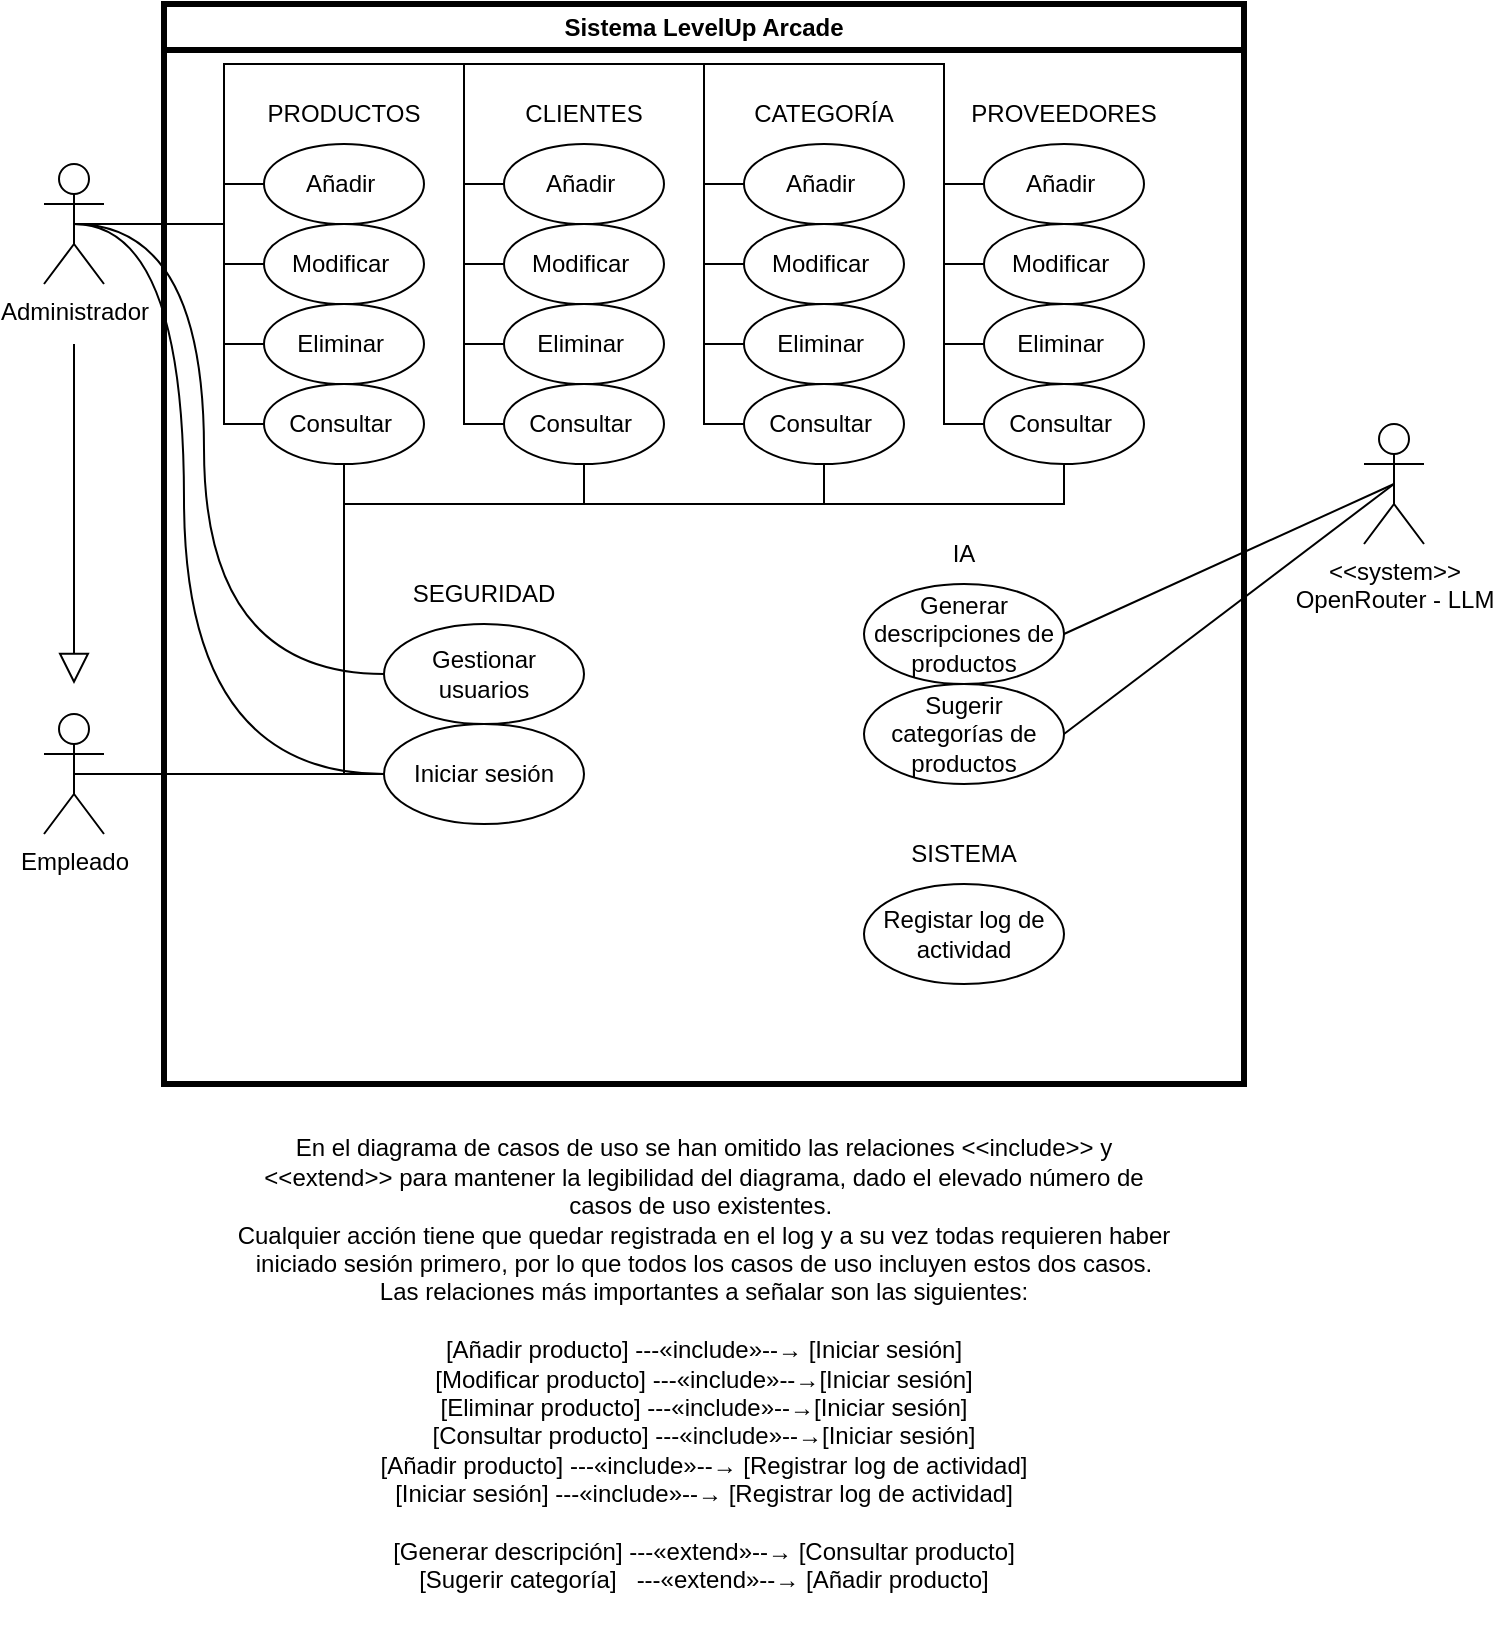
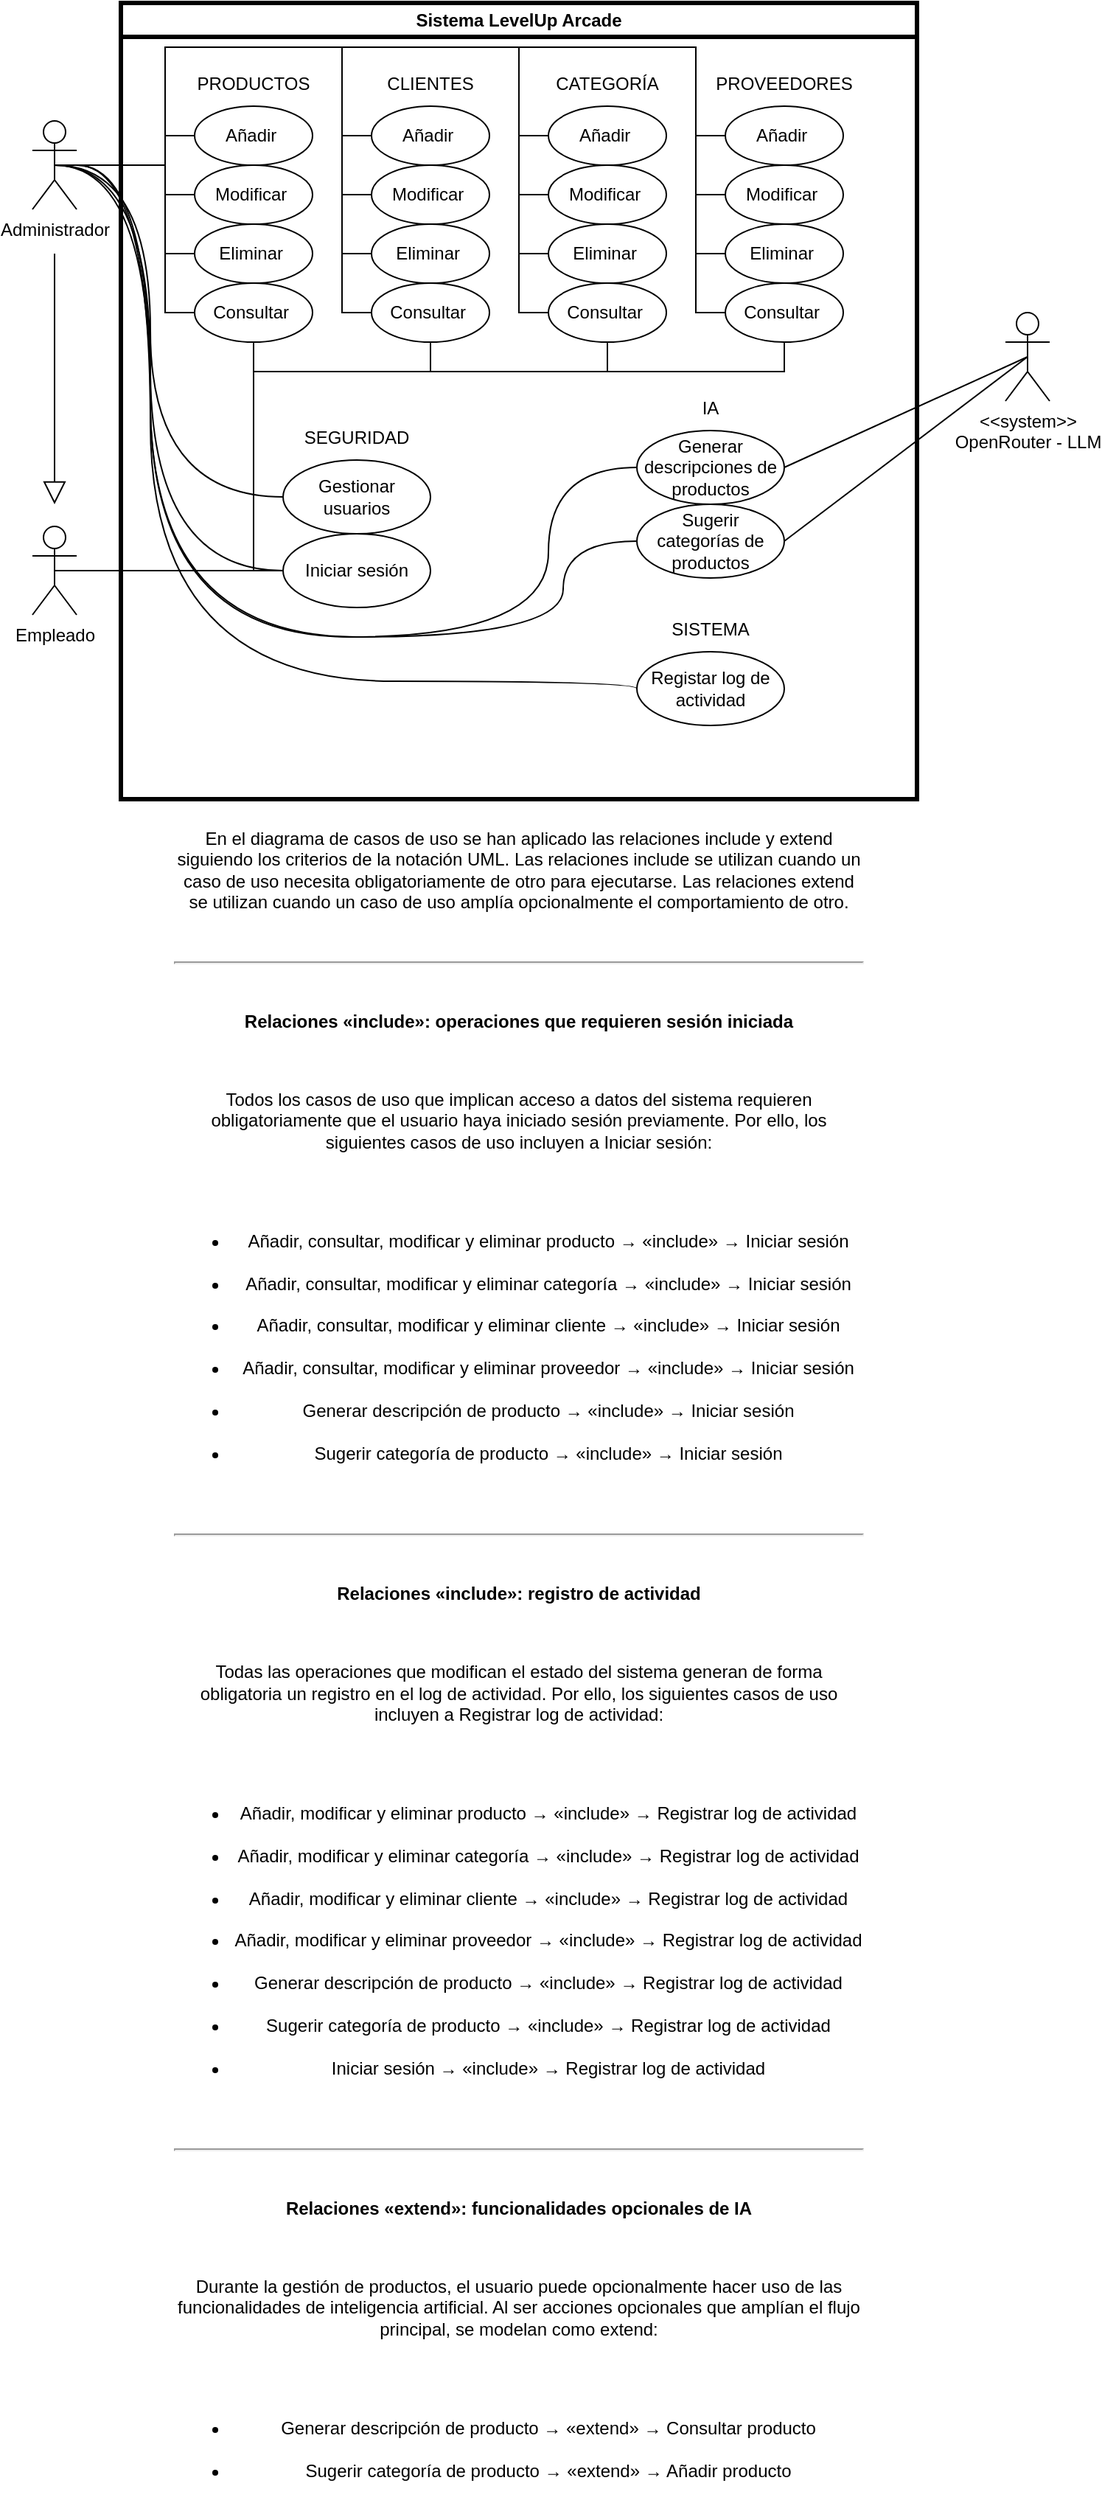
<mxfile host="Electron">
  <diagram name="Página-1" id="iqI-Fl3vhmFv8U9dUOtV">
    <mxGraphModel dx="1174" dy="835" grid="1" gridSize="10" guides="1" tooltips="1" connect="1" arrows="1" fold="1" page="1" pageScale="1" pageWidth="827" pageHeight="1169" math="0" shadow="0">
      <root>
        <mxCell id="0" />
        <mxCell id="1" parent="0" />
        <mxCell id="JjzCVKXnbZtWWzeR8GM--1" parent="1" style="swimlane;whiteSpace=wrap;html=1;strokeWidth=3;" value="Sistema LevelUp Arcade" vertex="1">
          <mxGeometry height="540" width="540" x="150" y="230" as="geometry" />
        </mxCell>
        <mxCell id="JjzCVKXnbZtWWzeR8GM--8" parent="JjzCVKXnbZtWWzeR8GM--1" style="ellipse;whiteSpace=wrap;html=1;" value="Añadir&amp;nbsp;" vertex="1">
          <mxGeometry height="40" width="80" x="50" y="70" as="geometry" />
        </mxCell>
        <mxCell id="JjzCVKXnbZtWWzeR8GM--9" parent="JjzCVKXnbZtWWzeR8GM--1" style="ellipse;whiteSpace=wrap;html=1;" value="Consultar&amp;nbsp;" vertex="1">
          <mxGeometry height="40" width="80" x="50" y="190" as="geometry" />
        </mxCell>
        <mxCell id="JjzCVKXnbZtWWzeR8GM--10" parent="JjzCVKXnbZtWWzeR8GM--1" style="ellipse;whiteSpace=wrap;html=1;" value="Modificar&amp;nbsp;" vertex="1">
          <mxGeometry height="40" width="80" x="50" y="110" as="geometry" />
        </mxCell>
        <mxCell id="JjzCVKXnbZtWWzeR8GM--11" parent="JjzCVKXnbZtWWzeR8GM--1" style="ellipse;whiteSpace=wrap;html=1;" value="Eliminar&amp;nbsp;" vertex="1">
          <mxGeometry height="40" width="80" x="50" y="150" as="geometry" />
        </mxCell>
        <mxCell id="JjzCVKXnbZtWWzeR8GM--25" parent="JjzCVKXnbZtWWzeR8GM--1" style="text;html=1;whiteSpace=wrap;strokeColor=none;fillColor=none;align=center;verticalAlign=middle;rounded=0;" value="PRODUCTOS" vertex="1">
          <mxGeometry height="30" width="60" x="60" y="40" as="geometry" />
        </mxCell>
        <mxCell id="JjzCVKXnbZtWWzeR8GM--26" parent="JjzCVKXnbZtWWzeR8GM--1" style="text;html=1;whiteSpace=wrap;strokeColor=none;fillColor=none;align=center;verticalAlign=middle;rounded=0;" value="CLIENTES" vertex="1">
          <mxGeometry height="30" width="60" x="180" y="40" as="geometry" />
        </mxCell>
        <mxCell id="JjzCVKXnbZtWWzeR8GM--27" parent="JjzCVKXnbZtWWzeR8GM--1" style="text;html=1;whiteSpace=wrap;strokeColor=none;fillColor=none;align=center;verticalAlign=middle;rounded=0;" value="CATEGORÍA" vertex="1">
          <mxGeometry height="30" width="60" x="300" y="40" as="geometry" />
        </mxCell>
        <mxCell id="JjzCVKXnbZtWWzeR8GM--28" parent="JjzCVKXnbZtWWzeR8GM--1" style="text;html=1;whiteSpace=wrap;strokeColor=none;fillColor=none;align=center;verticalAlign=middle;rounded=0;" value="PROVEEDORES" vertex="1">
          <mxGeometry height="30" width="60" x="420" y="40" as="geometry" />
        </mxCell>
        <mxCell id="JjzCVKXnbZtWWzeR8GM--30" parent="JjzCVKXnbZtWWzeR8GM--1" style="ellipse;whiteSpace=wrap;html=1;" value="Consultar&amp;nbsp;" vertex="1">
          <mxGeometry height="40" width="80" x="170" y="190" as="geometry" />
        </mxCell>
        <mxCell id="JjzCVKXnbZtWWzeR8GM--31" parent="JjzCVKXnbZtWWzeR8GM--1" style="ellipse;whiteSpace=wrap;html=1;" value="Modificar&amp;nbsp;" vertex="1">
          <mxGeometry height="40" width="80" x="170" y="110" as="geometry" />
        </mxCell>
        <mxCell id="JjzCVKXnbZtWWzeR8GM--32" parent="JjzCVKXnbZtWWzeR8GM--1" style="ellipse;whiteSpace=wrap;html=1;" value="Eliminar&amp;nbsp;" vertex="1">
          <mxGeometry height="40" width="80" x="170" y="150" as="geometry" />
        </mxCell>
        <mxCell id="JjzCVKXnbZtWWzeR8GM--33" parent="JjzCVKXnbZtWWzeR8GM--1" style="ellipse;whiteSpace=wrap;html=1;" value="Añadir&amp;nbsp;" vertex="1">
          <mxGeometry height="40" width="80" x="290" y="70" as="geometry" />
        </mxCell>
        <mxCell id="JjzCVKXnbZtWWzeR8GM--34" parent="JjzCVKXnbZtWWzeR8GM--1" style="ellipse;whiteSpace=wrap;html=1;" value="Consultar&amp;nbsp;" vertex="1">
          <mxGeometry height="40" width="80" x="290" y="190" as="geometry" />
        </mxCell>
        <mxCell id="JjzCVKXnbZtWWzeR8GM--35" parent="JjzCVKXnbZtWWzeR8GM--1" style="ellipse;whiteSpace=wrap;html=1;" value="Modificar&amp;nbsp;" vertex="1">
          <mxGeometry height="40" width="80" x="290" y="110" as="geometry" />
        </mxCell>
        <mxCell id="JjzCVKXnbZtWWzeR8GM--36" parent="JjzCVKXnbZtWWzeR8GM--1" style="ellipse;whiteSpace=wrap;html=1;" value="Eliminar&amp;nbsp;" vertex="1">
          <mxGeometry height="40" width="80" x="290" y="150" as="geometry" />
        </mxCell>
        <mxCell id="JjzCVKXnbZtWWzeR8GM--37" parent="JjzCVKXnbZtWWzeR8GM--1" style="ellipse;whiteSpace=wrap;html=1;" value="Añadir&amp;nbsp;" vertex="1">
          <mxGeometry height="40" width="80" x="410" y="70" as="geometry" />
        </mxCell>
        <mxCell id="JjzCVKXnbZtWWzeR8GM--38" parent="JjzCVKXnbZtWWzeR8GM--1" style="ellipse;whiteSpace=wrap;html=1;" value="Consultar&amp;nbsp;" vertex="1">
          <mxGeometry height="40" width="80" x="410" y="190" as="geometry" />
        </mxCell>
        <mxCell id="JjzCVKXnbZtWWzeR8GM--39" parent="JjzCVKXnbZtWWzeR8GM--1" style="ellipse;whiteSpace=wrap;html=1;" value="Modificar&amp;nbsp;" vertex="1">
          <mxGeometry height="40" width="80" x="410" y="110" as="geometry" />
        </mxCell>
        <mxCell id="JjzCVKXnbZtWWzeR8GM--40" parent="JjzCVKXnbZtWWzeR8GM--1" style="ellipse;whiteSpace=wrap;html=1;" value="Eliminar&amp;nbsp;" vertex="1">
          <mxGeometry height="40" width="80" x="410" y="150" as="geometry" />
        </mxCell>
        <mxCell id="JjzCVKXnbZtWWzeR8GM--42" parent="JjzCVKXnbZtWWzeR8GM--1" style="ellipse;whiteSpace=wrap;html=1;" value="Iniciar sesión" vertex="1">
          <mxGeometry height="50" width="100" x="110" y="360" as="geometry" />
        </mxCell>
        <mxCell id="JjzCVKXnbZtWWzeR8GM--43" parent="JjzCVKXnbZtWWzeR8GM--1" style="ellipse;whiteSpace=wrap;html=1;" value="Generar descripciones de productos" vertex="1">
          <mxGeometry height="50" width="100" x="350" y="290" as="geometry" />
        </mxCell>
        <mxCell id="JjzCVKXnbZtWWzeR8GM--44" parent="JjzCVKXnbZtWWzeR8GM--1" style="ellipse;whiteSpace=wrap;html=1;" value="Sugerir categorías de productos" vertex="1">
          <mxGeometry height="50" width="100" x="350" y="340" as="geometry" />
        </mxCell>
        <mxCell id="JjzCVKXnbZtWWzeR8GM--45" parent="JjzCVKXnbZtWWzeR8GM--1" style="text;html=1;whiteSpace=wrap;strokeColor=none;fillColor=none;align=center;verticalAlign=middle;rounded=0;" value="SISTEMA" vertex="1">
          <mxGeometry height="30" width="60" x="370" y="410" as="geometry" />
        </mxCell>
        <mxCell id="JjzCVKXnbZtWWzeR8GM--46" parent="JjzCVKXnbZtWWzeR8GM--1" style="text;html=1;whiteSpace=wrap;strokeColor=none;fillColor=none;align=center;verticalAlign=middle;rounded=0;" value="SEGURIDAD" vertex="1">
          <mxGeometry height="30" width="60" x="130" y="280" as="geometry" />
        </mxCell>
        <mxCell id="JjzCVKXnbZtWWzeR8GM--47" parent="JjzCVKXnbZtWWzeR8GM--1" style="text;html=1;whiteSpace=wrap;strokeColor=none;fillColor=none;align=center;verticalAlign=middle;rounded=0;" value="IA" vertex="1">
          <mxGeometry height="30" width="60" x="370" y="260" as="geometry" />
        </mxCell>
        <mxCell id="JjzCVKXnbZtWWzeR8GM--41" parent="JjzCVKXnbZtWWzeR8GM--1" style="ellipse;whiteSpace=wrap;html=1;" value="Registar log de actividad" vertex="1">
          <mxGeometry height="50" width="100" x="350" y="440" as="geometry" />
        </mxCell>
        <mxCell id="JjzCVKXnbZtWWzeR8GM--56" parent="JjzCVKXnbZtWWzeR8GM--1" style="ellipse;whiteSpace=wrap;html=1;" value="Gestionar usuarios" vertex="1">
          <mxGeometry height="50" width="100" x="110" y="310" as="geometry" />
        </mxCell>
        <mxCell id="JjzCVKXnbZtWWzeR8GM--78" edge="1" parent="JjzCVKXnbZtWWzeR8GM--1" source="JjzCVKXnbZtWWzeR8GM--3" style="endArrow=none;html=1;rounded=0;edgeStyle=orthogonalEdgeStyle;exitX=0.5;exitY=0.5;exitDx=0;exitDy=0;exitPerimeter=0;" value="">
          <mxGeometry height="50" relative="1" width="50" as="geometry">
            <Array as="points">
              <mxPoint x="30" y="110" />
              <mxPoint x="30" y="30" />
              <mxPoint x="270" y="30" />
              <mxPoint x="270" y="90" />
            </Array>
            <mxPoint x="-30" y="110" as="sourcePoint" />
            <mxPoint x="290" y="90" as="targetPoint" />
          </mxGeometry>
        </mxCell>
        <mxCell id="JjzCVKXnbZtWWzeR8GM--81" edge="1" parent="JjzCVKXnbZtWWzeR8GM--1" style="endArrow=none;html=1;rounded=0;edgeStyle=orthogonalEdgeStyle;" target="JjzCVKXnbZtWWzeR8GM--37" value="">
          <mxGeometry height="50" relative="1" width="50" as="geometry">
            <Array as="points">
              <mxPoint x="30" y="110" />
              <mxPoint x="30" y="30" />
              <mxPoint x="390" y="30" />
              <mxPoint x="390" y="90" />
            </Array>
            <mxPoint x="-40" y="110" as="sourcePoint" />
            <mxPoint x="290" y="210" as="targetPoint" />
          </mxGeometry>
        </mxCell>
        <mxCell id="JjzCVKXnbZtWWzeR8GM--83" edge="1" parent="JjzCVKXnbZtWWzeR8GM--1" style="endArrow=none;html=1;rounded=0;edgeStyle=orthogonalEdgeStyle;" target="JjzCVKXnbZtWWzeR8GM--40" value="">
          <mxGeometry height="50" relative="1" width="50" as="geometry">
            <Array as="points">
              <mxPoint x="30" y="110" />
              <mxPoint x="30" y="30" />
              <mxPoint x="390" y="30" />
              <mxPoint x="390" y="170" />
            </Array>
            <mxPoint x="-40" y="110" as="sourcePoint" />
            <mxPoint x="410" y="130" as="targetPoint" />
          </mxGeometry>
        </mxCell>
        <mxCell id="JjzCVKXnbZtWWzeR8GM--3" parent="1" style="shape=umlActor;verticalLabelPosition=bottom;verticalAlign=top;html=1;outlineConnect=0;" value="Administrador" vertex="1">
          <mxGeometry height="60" width="30" x="90" y="310" as="geometry" />
        </mxCell>
        <mxCell id="JjzCVKXnbZtWWzeR8GM--5" parent="1" style="shape=umlActor;verticalLabelPosition=bottom;verticalAlign=top;html=1;outlineConnect=0;" value="&amp;lt;&amp;lt;system&amp;gt;&amp;gt;&lt;div&gt;OpenRouter - LLM&lt;/div&gt;" vertex="1">
          <mxGeometry height="60" width="30" x="750" y="440" as="geometry" />
        </mxCell>
        <mxCell id="JjzCVKXnbZtWWzeR8GM--50" parent="1" style="shape=umlActor;verticalLabelPosition=bottom;verticalAlign=top;html=1;outlineConnect=0;" value="Empleado" vertex="1">
          <mxGeometry height="60" width="30" x="90" y="585" as="geometry" />
        </mxCell>
        <mxCell id="JjzCVKXnbZtWWzeR8GM--54" edge="1" parent="1" style="rounded=0;orthogonalLoop=1;jettySize=auto;html=1;endArrow=block;endFill=0;endSize=13;" value="">
          <mxGeometry relative="1" as="geometry">
            <mxPoint x="105" y="400" as="sourcePoint" />
            <mxPoint x="105" y="570" as="targetPoint" />
          </mxGeometry>
        </mxCell>
        <mxCell id="JjzCVKXnbZtWWzeR8GM--58" edge="1" parent="1" source="JjzCVKXnbZtWWzeR8GM--34" style="endArrow=none;html=1;rounded=0;entryX=0.5;entryY=0.5;entryDx=0;entryDy=0;entryPerimeter=0;edgeStyle=orthogonalEdgeStyle;" target="JjzCVKXnbZtWWzeR8GM--50" value="">
          <mxGeometry height="50" relative="1" width="50" as="geometry">
            <Array as="points">
              <mxPoint x="480" y="480" />
              <mxPoint x="240" y="480" />
              <mxPoint x="240" y="615" />
            </Array>
            <mxPoint x="390" y="560" as="sourcePoint" />
            <mxPoint x="440" y="510" as="targetPoint" />
          </mxGeometry>
        </mxCell>
        <mxCell id="JjzCVKXnbZtWWzeR8GM--59" edge="1" parent="1" source="JjzCVKXnbZtWWzeR8GM--9" style="endArrow=none;html=1;rounded=0;entryX=0.5;entryY=0.5;entryDx=0;entryDy=0;entryPerimeter=0;edgeStyle=orthogonalEdgeStyle;" target="JjzCVKXnbZtWWzeR8GM--50" value="">
          <mxGeometry height="50" relative="1" width="50" as="geometry">
            <Array as="points">
              <mxPoint x="240" y="615" />
            </Array>
            <mxPoint x="175" y="840" as="sourcePoint" />
            <mxPoint x="80" y="1135" as="targetPoint" />
          </mxGeometry>
        </mxCell>
        <mxCell id="JjzCVKXnbZtWWzeR8GM--60" edge="1" parent="1" source="JjzCVKXnbZtWWzeR8GM--30" style="endArrow=none;html=1;rounded=0;edgeStyle=orthogonalEdgeStyle;entryX=0.5;entryY=0.5;entryDx=0;entryDy=0;entryPerimeter=0;" target="JjzCVKXnbZtWWzeR8GM--50" value="">
          <mxGeometry height="50" relative="1" width="50" as="geometry">
            <Array as="points">
              <mxPoint x="360" y="480" />
              <mxPoint x="240" y="480" />
              <mxPoint x="240" y="615" />
            </Array>
            <mxPoint x="320" y="330" as="sourcePoint" />
            <mxPoint x="105" y="595" as="targetPoint" />
          </mxGeometry>
        </mxCell>
        <mxCell id="JjzCVKXnbZtWWzeR8GM--62" edge="1" parent="1" source="JjzCVKXnbZtWWzeR8GM--43" style="endArrow=none;html=1;rounded=0;entryX=0.5;entryY=0.5;entryDx=0;entryDy=0;entryPerimeter=0;exitX=1;exitY=0.5;exitDx=0;exitDy=0;" target="JjzCVKXnbZtWWzeR8GM--5" value="">
          <mxGeometry height="50" relative="1" width="50" as="geometry">
            <mxPoint x="390" y="530" as="sourcePoint" />
            <mxPoint x="440" y="480" as="targetPoint" />
          </mxGeometry>
        </mxCell>
        <mxCell id="JjzCVKXnbZtWWzeR8GM--63" edge="1" parent="1" source="JjzCVKXnbZtWWzeR8GM--44" style="endArrow=none;html=1;rounded=0;entryX=0.5;entryY=0.5;entryDx=0;entryDy=0;entryPerimeter=0;exitX=1;exitY=0.5;exitDx=0;exitDy=0;" target="JjzCVKXnbZtWWzeR8GM--5" value="">
          <mxGeometry height="50" relative="1" width="50" as="geometry">
            <mxPoint x="640" y="747" as="sourcePoint" />
            <mxPoint x="821" y="650" as="targetPoint" />
          </mxGeometry>
        </mxCell>
        <mxCell id="JjzCVKXnbZtWWzeR8GM--64" edge="1" parent="1" source="JjzCVKXnbZtWWzeR8GM--50" style="endArrow=none;html=1;rounded=0;edgeStyle=orthogonalEdgeStyle;" target="JjzCVKXnbZtWWzeR8GM--38" value="">
          <mxGeometry height="50" relative="1" width="50" as="geometry">
            <Array as="points">
              <mxPoint x="240" y="615" />
              <mxPoint x="240" y="480" />
              <mxPoint x="600" y="480" />
            </Array>
            <mxPoint x="110" y="610" as="sourcePoint" />
            <mxPoint x="280" y="1125" as="targetPoint" />
          </mxGeometry>
        </mxCell>
        <mxCell id="JjzCVKXnbZtWWzeR8GM--65" edge="1" parent="1" source="JjzCVKXnbZtWWzeR8GM--3" style="endArrow=none;html=1;rounded=0;edgeStyle=orthogonalEdgeStyle;" target="JjzCVKXnbZtWWzeR8GM--8" value="">
          <mxGeometry height="50" relative="1" width="50" as="geometry">
            <Array as="points">
              <mxPoint x="180" y="340" />
              <mxPoint x="180" y="320" />
            </Array>
            <mxPoint x="410" y="915" as="sourcePoint" />
            <mxPoint x="860" y="640" as="targetPoint" />
          </mxGeometry>
        </mxCell>
        <mxCell id="JjzCVKXnbZtWWzeR8GM--66" edge="1" parent="1" source="JjzCVKXnbZtWWzeR8GM--50" style="endArrow=none;html=1;rounded=0;exitX=0.5;exitY=0.5;exitDx=0;exitDy=0;exitPerimeter=0;entryX=0;entryY=0.5;entryDx=0;entryDy=0;" target="JjzCVKXnbZtWWzeR8GM--42" value="">
          <mxGeometry height="50" relative="1" width="50" as="geometry">
            <mxPoint x="190" y="660" as="sourcePoint" />
            <mxPoint x="272" y="672" as="targetPoint" />
          </mxGeometry>
        </mxCell>
        <mxCell id="JjzCVKXnbZtWWzeR8GM--67" edge="1" parent="1" source="JjzCVKXnbZtWWzeR8GM--3" style="endArrow=none;html=1;rounded=0;exitX=0.5;exitY=0.5;exitDx=0;exitDy=0;exitPerimeter=0;edgeStyle=orthogonalEdgeStyle;" target="JjzCVKXnbZtWWzeR8GM--10" value="">
          <mxGeometry height="50" relative="1" width="50" as="geometry">
            <Array as="points">
              <mxPoint x="180" y="340" />
              <mxPoint x="180" y="360" />
            </Array>
            <mxPoint x="430" y="540" as="sourcePoint" />
            <mxPoint x="512" y="552" as="targetPoint" />
          </mxGeometry>
        </mxCell>
        <mxCell id="JjzCVKXnbZtWWzeR8GM--29" parent="1" style="ellipse;whiteSpace=wrap;html=1;" value="Añadir&amp;nbsp;" vertex="1">
          <mxGeometry height="40" width="80" x="320" y="300" as="geometry" />
        </mxCell>
        <mxCell id="JjzCVKXnbZtWWzeR8GM--69" edge="1" parent="1" source="JjzCVKXnbZtWWzeR8GM--3" style="endArrow=none;html=1;rounded=0;exitX=0.5;exitY=0.5;exitDx=0;exitDy=0;exitPerimeter=0;edgeStyle=orthogonalEdgeStyle;" target="JjzCVKXnbZtWWzeR8GM--11" value="">
          <mxGeometry height="50" relative="1" width="50" as="geometry">
            <Array as="points">
              <mxPoint x="180" y="340" />
              <mxPoint x="180" y="400" />
            </Array>
            <mxPoint x="180" y="400" as="sourcePoint" />
            <mxPoint x="275" y="420" as="targetPoint" />
          </mxGeometry>
        </mxCell>
        <mxCell id="JjzCVKXnbZtWWzeR8GM--70" edge="1" parent="1" source="JjzCVKXnbZtWWzeR8GM--3" style="endArrow=none;html=1;rounded=0;exitX=0.5;exitY=0.5;exitDx=0;exitDy=0;exitPerimeter=0;edgeStyle=orthogonalEdgeStyle;" target="JjzCVKXnbZtWWzeR8GM--9" value="">
          <mxGeometry height="50" relative="1" width="50" as="geometry">
            <Array as="points">
              <mxPoint x="180" y="340" />
              <mxPoint x="180" y="440" />
            </Array>
            <mxPoint x="170" y="420" as="sourcePoint" />
            <mxPoint x="265" y="480" as="targetPoint" />
          </mxGeometry>
        </mxCell>
        <mxCell id="JjzCVKXnbZtWWzeR8GM--71" edge="1" parent="1" source="JjzCVKXnbZtWWzeR8GM--3" style="endArrow=none;html=1;rounded=0;edgeStyle=orthogonalEdgeStyle;" target="JjzCVKXnbZtWWzeR8GM--29" value="">
          <mxGeometry height="50" relative="1" width="50" as="geometry">
            <Array as="points">
              <mxPoint x="180" y="340" />
              <mxPoint x="180" y="260" />
              <mxPoint x="300" y="260" />
              <mxPoint x="300" y="320" />
            </Array>
            <mxPoint x="300" y="270" as="sourcePoint" />
            <mxPoint x="395" y="370" as="targetPoint" />
          </mxGeometry>
        </mxCell>
        <mxCell id="JjzCVKXnbZtWWzeR8GM--72" edge="1" parent="1" source="JjzCVKXnbZtWWzeR8GM--3" style="endArrow=none;html=1;rounded=0;edgeStyle=orthogonalEdgeStyle;exitX=0.5;exitY=0.5;exitDx=0;exitDy=0;exitPerimeter=0;" target="JjzCVKXnbZtWWzeR8GM--31" value="">
          <mxGeometry height="50" relative="1" width="50" as="geometry">
            <Array as="points">
              <mxPoint x="180" y="340" />
              <mxPoint x="180" y="260" />
              <mxPoint x="300" y="260" />
              <mxPoint x="300" y="360" />
            </Array>
            <mxPoint x="300" y="390" as="sourcePoint" />
            <mxPoint x="515" y="400" as="targetPoint" />
          </mxGeometry>
        </mxCell>
        <mxCell id="JjzCVKXnbZtWWzeR8GM--74" edge="1" parent="1" style="endArrow=none;html=1;rounded=0;edgeStyle=orthogonalEdgeStyle;exitX=0.5;exitY=0.5;exitDx=0;exitDy=0;exitPerimeter=0;" target="JjzCVKXnbZtWWzeR8GM--30" value="">
          <mxGeometry height="50" relative="1" width="50" as="geometry">
            <Array as="points">
              <mxPoint x="180" y="340" />
              <mxPoint x="180" y="260" />
              <mxPoint x="300" y="260" />
              <mxPoint x="300" y="440" />
            </Array>
            <mxPoint x="105" y="340" as="sourcePoint" />
            <mxPoint x="320" y="360" as="targetPoint" />
          </mxGeometry>
        </mxCell>
        <mxCell id="JjzCVKXnbZtWWzeR8GM--76" edge="1" parent="1" style="endArrow=none;html=1;rounded=0;edgeStyle=orthogonalEdgeStyle;exitX=0.5;exitY=0.5;exitDx=0;exitDy=0;exitPerimeter=0;" target="JjzCVKXnbZtWWzeR8GM--32" value="">
          <mxGeometry height="50" relative="1" width="50" as="geometry">
            <Array as="points">
              <mxPoint x="180" y="340" />
              <mxPoint x="180" y="260" />
              <mxPoint x="300" y="260" />
              <mxPoint x="300" y="400" />
            </Array>
            <mxPoint x="105" y="340" as="sourcePoint" />
            <mxPoint x="320" y="440" as="targetPoint" />
          </mxGeometry>
        </mxCell>
        <mxCell id="JjzCVKXnbZtWWzeR8GM--77" edge="1" parent="1" source="JjzCVKXnbZtWWzeR8GM--3" style="endArrow=none;html=1;rounded=0;edgeStyle=orthogonalEdgeStyle;" target="JjzCVKXnbZtWWzeR8GM--35" value="">
          <mxGeometry height="50" relative="1" width="50" as="geometry">
            <Array as="points">
              <mxPoint x="180" y="340" />
              <mxPoint x="180" y="260" />
              <mxPoint x="420" y="260" />
              <mxPoint x="420" y="360" />
            </Array>
            <mxPoint x="280" y="470" as="sourcePoint" />
            <mxPoint x="480" y="360" as="targetPoint" />
          </mxGeometry>
        </mxCell>
        <mxCell id="JjzCVKXnbZtWWzeR8GM--79" edge="1" parent="1" style="endArrow=none;html=1;rounded=0;edgeStyle=orthogonalEdgeStyle;" target="JjzCVKXnbZtWWzeR8GM--36" value="">
          <mxGeometry height="50" relative="1" width="50" as="geometry">
            <Array as="points">
              <mxPoint x="180" y="340" />
              <mxPoint x="180" y="260" />
              <mxPoint x="420" y="260" />
              <mxPoint x="420" y="400" />
            </Array>
            <mxPoint x="110" y="340" as="sourcePoint" />
            <mxPoint x="430" y="360" as="targetPoint" />
          </mxGeometry>
        </mxCell>
        <mxCell id="JjzCVKXnbZtWWzeR8GM--80" edge="1" parent="1" style="endArrow=none;html=1;rounded=0;edgeStyle=orthogonalEdgeStyle;" target="JjzCVKXnbZtWWzeR8GM--34" value="">
          <mxGeometry height="50" relative="1" width="50" as="geometry">
            <Array as="points">
              <mxPoint x="180" y="340" />
              <mxPoint x="180" y="260" />
              <mxPoint x="420" y="260" />
              <mxPoint x="420" y="440" />
            </Array>
            <mxPoint x="110" y="340" as="sourcePoint" />
            <mxPoint x="440" y="400" as="targetPoint" />
          </mxGeometry>
        </mxCell>
        <mxCell id="JjzCVKXnbZtWWzeR8GM--82" edge="1" parent="1" style="endArrow=none;html=1;rounded=0;edgeStyle=orthogonalEdgeStyle;" target="JjzCVKXnbZtWWzeR8GM--39" value="">
          <mxGeometry height="50" relative="1" width="50" as="geometry">
            <Array as="points">
              <mxPoint x="180" y="340" />
              <mxPoint x="180" y="260" />
              <mxPoint x="540" y="260" />
              <mxPoint x="540" y="360" />
            </Array>
            <mxPoint x="110" y="340" as="sourcePoint" />
            <mxPoint x="560" y="320" as="targetPoint" />
          </mxGeometry>
        </mxCell>
        <mxCell id="JjzCVKXnbZtWWzeR8GM--84" edge="1" parent="1" style="endArrow=none;html=1;rounded=0;edgeStyle=orthogonalEdgeStyle;" target="JjzCVKXnbZtWWzeR8GM--38" value="">
          <mxGeometry height="50" relative="1" width="50" as="geometry">
            <Array as="points">
              <mxPoint x="180" y="340" />
              <mxPoint x="180" y="260" />
              <mxPoint x="540" y="260" />
              <mxPoint x="540" y="440" />
            </Array>
            <mxPoint x="110" y="340" as="sourcePoint" />
            <mxPoint x="560" y="360" as="targetPoint" />
          </mxGeometry>
        </mxCell>
        <mxCell id="JjzCVKXnbZtWWzeR8GM--87" edge="1" parent="1" source="JjzCVKXnbZtWWzeR8GM--3" style="endArrow=none;html=1;rounded=0;edgeStyle=orthogonalEdgeStyle;curved=1;entryX=0;entryY=0.5;entryDx=0;entryDy=0;exitX=0.5;exitY=0.5;exitDx=0;exitDy=0;exitPerimeter=0;" target="JjzCVKXnbZtWWzeR8GM--56" value="">
          <mxGeometry height="50" relative="1" width="50" as="geometry">
            <Array as="points">
              <mxPoint x="170" y="340" />
              <mxPoint x="170" y="565" />
            </Array>
            <mxPoint x="110" y="340" as="sourcePoint" />
            <mxPoint x="300" y="545" as="targetPoint" />
          </mxGeometry>
        </mxCell>
        <mxCell id="JjzCVKXnbZtWWzeR8GM--92" edge="1" parent="1" source="JjzCVKXnbZtWWzeR8GM--3" style="endArrow=none;html=1;rounded=0;edgeStyle=orthogonalEdgeStyle;curved=1;entryX=0;entryY=0.5;entryDx=0;entryDy=0;exitX=0.5;exitY=0.5;exitDx=0;exitDy=0;exitPerimeter=0;" target="JjzCVKXnbZtWWzeR8GM--42" value="">
          <mxGeometry height="50" relative="1" width="50" as="geometry">
            <Array as="points">
-               <mxPoint x="160" y="340" />
-               <mxPoint x="160" y="615" />
+               <mxPoint x="170" y="340" />
+               <mxPoint x="170" y="615" />
            </Array>
            <mxPoint x="190" y="570" as="sourcePoint" />
            <mxPoint x="345" y="795" as="targetPoint" />
          </mxGeometry>
        </mxCell>
-         <mxCell id="JjzCVKXnbZtWWzeR8GM--93" parent="1" style="text;html=1;whiteSpace=wrap;strokeColor=none;fillColor=none;align=center;verticalAlign=middle;rounded=0;" value="En el diagrama de casos de uso se han omitido las relaciones &amp;lt;&amp;lt;include&amp;gt;&amp;gt; y &amp;lt;&amp;lt;extend&amp;gt;&amp;gt; para mantener la legibilidad del diagrama, dado el elevado número de casos de uso existentes.&amp;nbsp;&lt;div&gt;Cualquier acción tiene que quedar registrada en el log y a su vez todas requieren haber iniciado sesión primero, por lo que todos los casos de uso incluyen estos dos casos.&lt;div&gt;Las relaciones más importantes a señalar son las siguientes:&lt;br&gt;&lt;br&gt;&lt;div&gt;[Añadir producto] ---«include»--→ [Iniciar sesión]&lt;/div&gt;&lt;div&gt;&lt;div&gt;[Modificar producto] ---«include»--→&lt;span style=&quot;background-color: transparent; color: light-dark(rgb(0, 0, 0), rgb(255, 255, 255));&quot;&gt;[Iniciar sesión]&lt;/span&gt;&lt;/div&gt;&lt;/div&gt;&lt;div&gt;[Eliminar producto] ---«include»--→&lt;span style=&quot;color: light-dark(rgb(0, 0, 0), rgb(255, 255, 255)); background-color: transparent;&quot;&gt;[Iniciar sesión]&lt;/span&gt;&lt;span style=&quot;background-color: transparent; color: light-dark(rgb(0, 0, 0), rgb(255, 255, 255));&quot;&gt;&lt;/span&gt;&lt;/div&gt;&lt;div&gt;[Consultar producto] ---«include»--→&lt;span style=&quot;color: light-dark(rgb(0, 0, 0), rgb(255, 255, 255)); background-color: transparent;&quot;&gt;[Iniciar sesión]&lt;/span&gt;&lt;/div&gt;&lt;div&gt;[Añadir producto] ---«include»--→ [Registrar log de actividad]&lt;/div&gt;&lt;div&gt;[Iniciar sesión] ---«include»--→ [&lt;span style=&quot;background-color: transparent; color: light-dark(rgb(0, 0, 0), rgb(255, 255, 255));&quot;&gt;Registrar log de actividad&lt;/span&gt;&lt;span style=&quot;background-color: transparent; color: light-dark(rgb(0, 0, 0), rgb(255, 255, 255));&quot;&gt;]&lt;/span&gt;&lt;/div&gt;&lt;div&gt;&lt;br&gt;&lt;/div&gt;&lt;div&gt;&lt;div&gt;[Generar descripción] ---«extend»--→ [Consultar producto]&lt;/div&gt;&lt;div&gt;[Sugerir categoría]&amp;nbsp; &amp;nbsp;---«extend»--→ [Añadir producto]&lt;/div&gt;&lt;/div&gt;&lt;/div&gt;&lt;/div&gt;" vertex="1">
-           <mxGeometry height="260" width="470" x="185" y="780" as="geometry" />
+         <mxCell id="JjzCVKXnbZtWWzeR8GM--93" parent="1" style="text;html=1;whiteSpace=wrap;strokeColor=none;fillColor=none;align=center;verticalAlign=middle;rounded=0;" value="&lt;p class=&quot;font-claude-response-body break-words whitespace-normal leading-[1.7]&quot;&gt;En el diagrama de casos de uso se han aplicado las relaciones include y extend siguiendo los criterios de la notación UML. Las relaciones include se utilizan cuando un caso de uso necesita obligatoriamente de otro para ejecutarse. Las relaciones extend se utilizan cuando un caso de uso amplía opcionalmente el comportamiento de otro.&lt;/p&gt;&lt;br/&gt;&lt;hr class=&quot;border-border-200 border-t-0.5 my-3 mx-1.5&quot;&gt;&lt;br/&gt;&lt;p class=&quot;font-claude-response-body break-words whitespace-normal leading-[1.7]&quot;&gt;&lt;strong&gt;Relaciones «include»: operaciones que requieren sesión iniciada&lt;/strong&gt;&lt;/p&gt;&lt;br/&gt;&lt;p class=&quot;font-claude-response-body break-words whitespace-normal leading-[1.7]&quot;&gt;Todos los casos de uso que implican acceso a datos del sistema requieren obligatoriamente que el usuario haya iniciado sesión previamente. Por ello, los siguientes casos de uso incluyen a Iniciar sesión:&lt;/p&gt;&lt;br/&gt;&lt;ul class=&quot;[li_&amp;amp;]:mb-0 [li_&amp;amp;]:mt-1 [li_&amp;amp;]:gap-1 [&amp;amp;:not(:last-child)_ul]:pb-1 [&amp;amp;:not(:last-child)_ol]:pb-1 list-disc flex flex-col gap-1 pl-8 mb-3&quot;&gt;&lt;br/&gt;&lt;li class=&quot;font-claude-response-body whitespace-normal break-words pl-2&quot;&gt;Añadir, consultar, modificar y eliminar producto → «include» → Iniciar sesión&lt;/li&gt;&lt;br/&gt;&lt;li class=&quot;font-claude-response-body whitespace-normal break-words pl-2&quot;&gt;Añadir, consultar, modificar y eliminar categoría → «include» → Iniciar sesión&lt;/li&gt;&lt;br/&gt;&lt;li class=&quot;font-claude-response-body whitespace-normal break-words pl-2&quot;&gt;Añadir, consultar, modificar y eliminar cliente → «include» → Iniciar sesión&lt;/li&gt;&lt;br/&gt;&lt;li class=&quot;font-claude-response-body whitespace-normal break-words pl-2&quot;&gt;Añadir, consultar, modificar y eliminar proveedor → «include» → Iniciar sesión&lt;/li&gt;&lt;br/&gt;&lt;li class=&quot;font-claude-response-body whitespace-normal break-words pl-2&quot;&gt;Generar descripción de producto → «include» → Iniciar sesión&lt;/li&gt;&lt;br/&gt;&lt;li class=&quot;font-claude-response-body whitespace-normal break-words pl-2&quot;&gt;Sugerir categoría de producto → «include» → Iniciar sesión&lt;/li&gt;&lt;br/&gt;&lt;/ul&gt;&lt;br/&gt;&lt;hr class=&quot;border-border-200 border-t-0.5 my-3 mx-1.5&quot;&gt;&lt;br/&gt;&lt;p class=&quot;font-claude-response-body break-words whitespace-normal leading-[1.7]&quot;&gt;&lt;strong&gt;Relaciones «include»: registro de actividad&lt;/strong&gt;&lt;/p&gt;&lt;br/&gt;&lt;p class=&quot;font-claude-response-body break-words whitespace-normal leading-[1.7]&quot;&gt;Todas las operaciones que modifican el estado del sistema generan de forma obligatoria un registro en el log de actividad. Por ello, los siguientes casos de uso incluyen a Registrar log de actividad:&lt;/p&gt;&lt;br/&gt;&lt;ul class=&quot;[li_&amp;amp;]:mb-0 [li_&amp;amp;]:mt-1 [li_&amp;amp;]:gap-1 [&amp;amp;:not(:last-child)_ul]:pb-1 [&amp;amp;:not(:last-child)_ol]:pb-1 list-disc flex flex-col gap-1 pl-8 mb-3&quot;&gt;&lt;br/&gt;&lt;li class=&quot;font-claude-response-body whitespace-normal break-words pl-2&quot;&gt;Añadir, modificar y eliminar producto → «include» → Registrar log de actividad&lt;/li&gt;&lt;br/&gt;&lt;li class=&quot;font-claude-response-body whitespace-normal break-words pl-2&quot;&gt;Añadir, modificar y eliminar categoría → «include» → Registrar log de actividad&lt;/li&gt;&lt;br/&gt;&lt;li class=&quot;font-claude-response-body whitespace-normal break-words pl-2&quot;&gt;Añadir, modificar y eliminar cliente → «include» → Registrar log de actividad&lt;/li&gt;&lt;br/&gt;&lt;li class=&quot;font-claude-response-body whitespace-normal break-words pl-2&quot;&gt;Añadir, modificar y eliminar proveedor → «include» → Registrar log de actividad&lt;/li&gt;&lt;br/&gt;&lt;li class=&quot;font-claude-response-body whitespace-normal break-words pl-2&quot;&gt;Generar descripción de producto → «include» → Registrar log de actividad&lt;/li&gt;&lt;br/&gt;&lt;li class=&quot;font-claude-response-body whitespace-normal break-words pl-2&quot;&gt;Sugerir categoría de producto → «include» → Registrar log de actividad&lt;/li&gt;&lt;br/&gt;&lt;li class=&quot;font-claude-response-body whitespace-normal break-words pl-2&quot;&gt;Iniciar sesión → «include» → Registrar log de actividad&lt;/li&gt;&lt;br/&gt;&lt;/ul&gt;&lt;br/&gt;&lt;hr class=&quot;border-border-200 border-t-0.5 my-3 mx-1.5&quot;&gt;&lt;br/&gt;&lt;p class=&quot;font-claude-response-body break-words whitespace-normal leading-[1.7]&quot;&gt;&lt;strong&gt;Relaciones «extend»: funcionalidades opcionales de IA&lt;/strong&gt;&lt;/p&gt;&lt;br/&gt;&lt;p class=&quot;font-claude-response-body break-words whitespace-normal leading-[1.7]&quot;&gt;Durante la gestión de productos, el usuario puede opcionalmente hacer uso de las funcionalidades de inteligencia artificial. Al ser acciones opcionales que amplían el flujo principal, se modelan como extend:&lt;/p&gt;&lt;br/&gt;&lt;ul class=&quot;[li_&amp;amp;]:mb-0 [li_&amp;amp;]:mt-1 [li_&amp;amp;]:gap-1 [&amp;amp;:not(:last-child)_ul]:pb-1 [&amp;amp;:not(:last-child)_ol]:pb-1 list-disc flex flex-col gap-1 pl-8 mb-3&quot;&gt;&lt;br/&gt;&lt;li class=&quot;font-claude-response-body whitespace-normal break-words pl-2&quot;&gt;Generar descripción de producto → «extend» → Consultar producto&lt;/li&gt;&lt;br/&gt;&lt;li class=&quot;font-claude-response-body whitespace-normal break-words pl-2&quot;&gt;Sugerir categoría de producto → «extend» → Añadir producto&lt;/li&gt;&lt;/ul&gt;" vertex="1">
+           <mxGeometry height="260" width="470" x="185" y="1220" as="geometry" />
+         </mxCell>
+         <mxCell id="Z2EdVNMIcuVkMneHCUUp-1" edge="1" parent="1" style="endArrow=none;html=1;rounded=0;edgeStyle=orthogonalEdgeStyle;curved=1;entryX=0;entryY=0.5;entryDx=0;entryDy=0;" target="JjzCVKXnbZtWWzeR8GM--43" value="">
+           <mxGeometry height="50" relative="1" width="50" as="geometry">
+             <Array as="points">
+               <mxPoint x="170" y="340" />
+               <mxPoint x="170" y="660" />
+               <mxPoint x="440" y="660" />
+               <mxPoint x="440" y="545" />
+             </Array>
+             <mxPoint x="120" y="340" as="sourcePoint" />
+             <mxPoint x="515" y="975" as="targetPoint" />
+           </mxGeometry>
+         </mxCell>
+         <mxCell id="Z2EdVNMIcuVkMneHCUUp-2" edge="1" parent="1" source="JjzCVKXnbZtWWzeR8GM--3" style="endArrow=none;html=1;rounded=0;edgeStyle=orthogonalEdgeStyle;curved=1;entryX=0;entryY=0.5;entryDx=0;entryDy=0;exitX=0.5;exitY=0.5;exitDx=0;exitDy=0;exitPerimeter=0;" target="JjzCVKXnbZtWWzeR8GM--44" value="">
+           <mxGeometry height="50" relative="1" width="50" as="geometry">
+             <Array as="points">
+               <mxPoint x="170" y="340" />
+               <mxPoint x="170" y="660" />
+               <mxPoint x="450" y="660" />
+               <mxPoint x="450" y="595" />
+             </Array>
+             <mxPoint x="120" y="340" as="sourcePoint" />
+             <mxPoint x="770" y="925" as="targetPoint" />
+           </mxGeometry>
+         </mxCell>
+         <mxCell id="Z2EdVNMIcuVkMneHCUUp-3" edge="1" parent="1" style="endArrow=none;html=1;rounded=0;edgeStyle=orthogonalEdgeStyle;curved=1;entryX=0;entryY=0.5;entryDx=0;entryDy=0;" target="JjzCVKXnbZtWWzeR8GM--41" value="">
+           <mxGeometry height="50" relative="1" width="50" as="geometry">
+             <Array as="points">
+               <mxPoint x="170" y="340" />
+               <mxPoint x="170" y="690" />
+               <mxPoint x="500" y="690" />
+             </Array>
+             <mxPoint x="120" y="340" as="sourcePoint" />
+             <mxPoint x="790" y="925" as="targetPoint" />
+           </mxGeometry>
        </mxCell>
      </root>
    </mxGraphModel>
  </diagram>
</mxfile>
